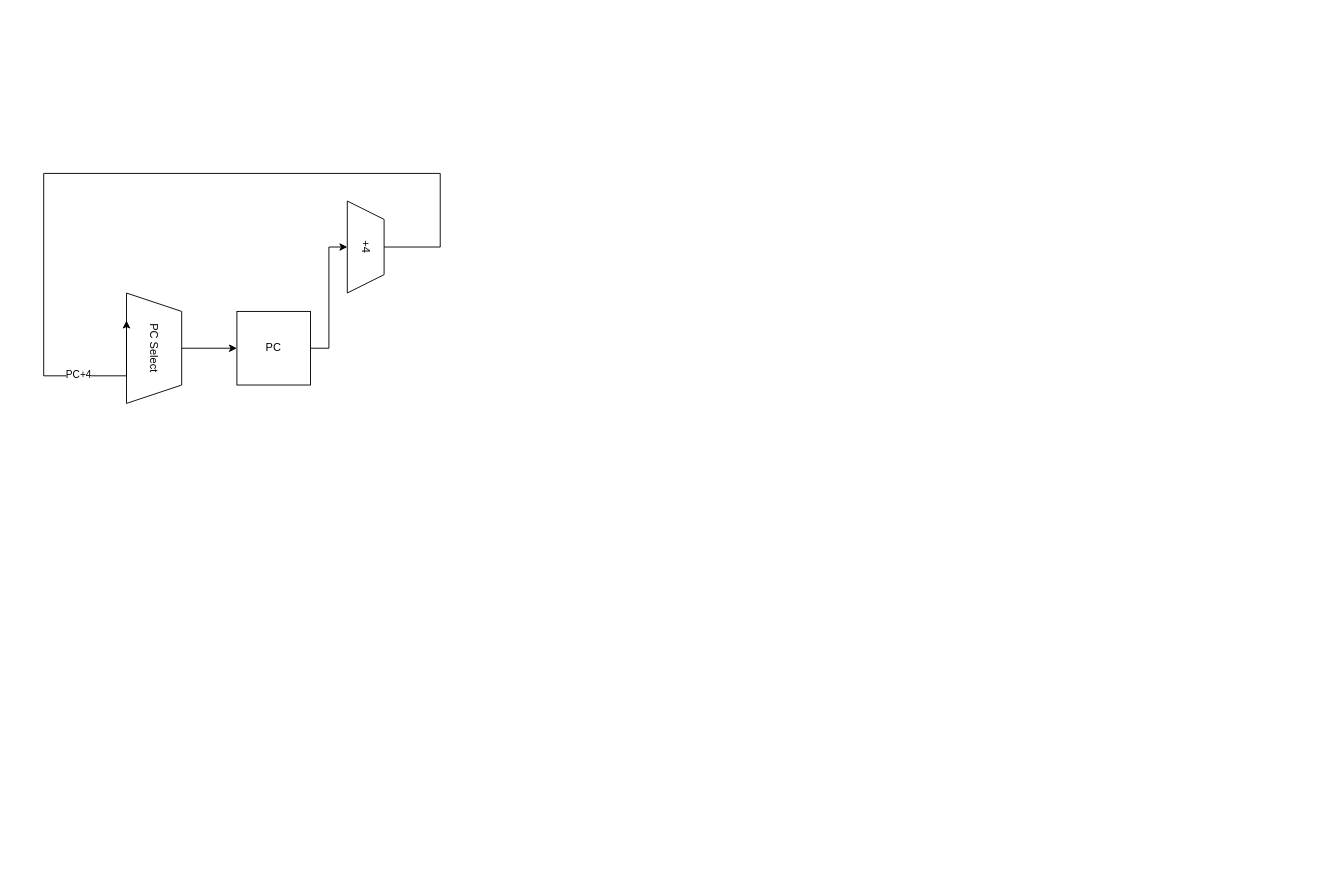
Above: Untitled Diagram.drawio in sprsr/rv32_pipeline (draw.io), before the change. Source tidied: cells renumbered, new cells numbered last; positions are measured from the earlier drawing's top-left corner, leaving out a move shared by most shapes. Both pictures are drawn from the tidied source at 92%, with x=0, y=0 at pixel (43, 173).
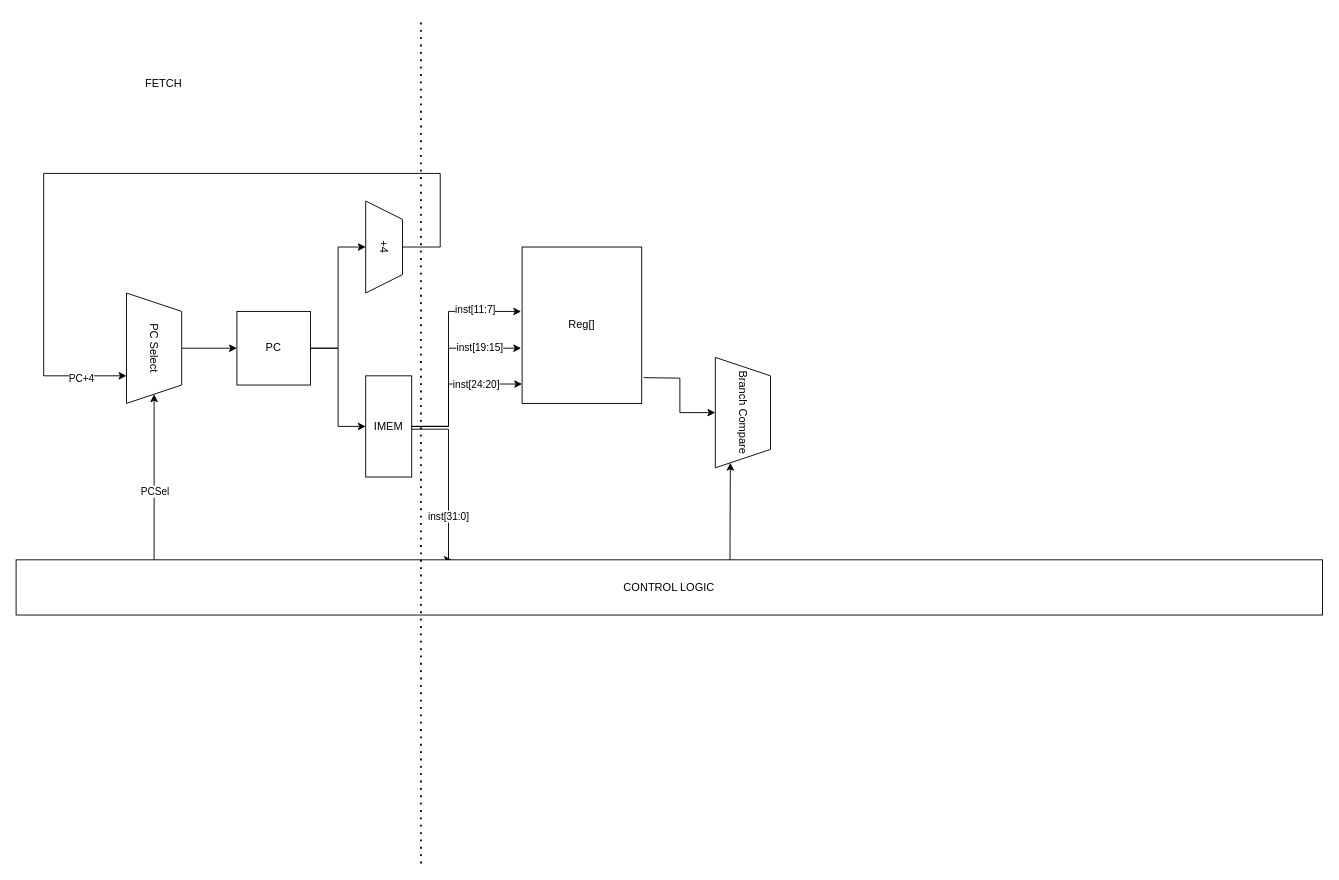
After the change.

The change refers to these unchanged cells:
```xml
<mxCell id="3" value="PC Select" style="shape=trapezoid;perimeter=trapezoidPerimeter;whiteSpace=wrap;html=1;fixedSize=1;rotation=90;" parent="1" vertex="1">
  <mxGeometry x="60" y="160" width="120" height="60" as="geometry" />
</mxCell>
<mxCell id="5" value="PC" style="whiteSpace=wrap;html=1;" parent="1" vertex="1">
  <mxGeometry x="210" y="150" width="80" height="80" as="geometry" />
</mxCell>
```

Diff of the diagram source:
```diff
@@
+    <mxCell id="9" style="edgeStyle=orthogonalEdgeStyle;rounded=0;jettySize=auto;html=1;entryX=0;entryY=0.5;entryDx=0;entryDy=0;" parent="1" edge="1" source="5" target="18">
+      <mxGeometry relative="1" as="geometry">
+        <Array as="points">
+          <mxPoint x="320" y="190" />
+          <mxPoint x="320" y="275" />
+        </Array>
+      </mxGeometry>
+    </mxCell>
@@
-    <mxCell id="6" style="edgeStyle=orthogonalEdgeStyle;rounded=0;jettySize=auto;html=1;entryX=0.25;entryY=1;entryDx=0;entryDy=0;" parent="1" edge="1" source="8" target="3">
+    <mxCell id="6" style="edgeStyle=orthogonalEdgeStyle;rounded=0;jettySize=auto;html=1;" parent="1" edge="1" source="8">
       <mxGeometry relative="1" as="geometry">
+        <mxPoint x="90" y="220" as="targetPoint" />
         <Array as="points">
           <mxPoint x="431" y="80" />
           <mxPoint x="431" />
           <mxPoint />
           <mxPoint y="220" />
           <mxPoint x="90" y="220" />
         </Array>
       </mxGeometry>
     </mxCell>
     <mxCell id="7" value="PC+4" style="edgeLabel;html=1;align=center;verticalAlign=middle;" parent="6" vertex="1">
-      <mxGeometry x="0.76" y="2" relative="1" as="geometry" />
+      <mxGeometry x="0.76" y="2" relative="1" as="geometry">
+        <mxPoint x="38" y="15" as="offset" />
+      </mxGeometry>
     </mxCell>
     <mxCell id="8" value="+4" style="shape=trapezoid;perimeter=trapezoidPerimeter;whiteSpace=wrap;html=1;fixedSize=1;rotation=90;" parent="1" vertex="1">
-      <mxGeometry x="300" y="60" width="100" height="40" as="geometry" />
+      <mxGeometry x="320" y="60" width="100" height="40" as="geometry" />
     </mxCell>
+    <mxCell id="10" style="edgeStyle=orthogonalEdgeStyle;rounded=0;jettySize=auto;html=1;entryX=-0.008;entryY=0.412;entryDx=0;entryDy=0;entryPerimeter=0;" parent="1" edge="1" source="18" target="20">
+      <mxGeometry relative="1" as="geometry">
+        <Array as="points">
+          <mxPoint x="440" y="275" />
+          <mxPoint x="440" y="150" />
+        </Array>
+      </mxGeometry>
+    </mxCell>
+    <mxCell id="11" value="inst[11:7]" style="edgeLabel;html=1;align=center;verticalAlign=middle;" parent="10" vertex="1">
+      <mxGeometry x="0.58" y="3" relative="1" as="geometry" />
+    </mxCell>
+    <mxCell id="12" style="edgeStyle=orthogonalEdgeStyle;rounded=0;jettySize=auto;html=1;entryX=0;entryY=0.876;entryDx=0;entryDy=0;entryPerimeter=0;" parent="1" edge="1" source="18" target="20">
+      <mxGeometry relative="1" as="geometry">
+        <Array as="points">
+          <mxPoint x="440" y="275" />
+          <mxPoint x="440" y="229" />
+        </Array>
+      </mxGeometry>
+    </mxCell>
+    <mxCell id="13" value="inst[24:20]" style="edgeLabel;html=1;align=center;verticalAlign=middle;" parent="12" vertex="1">
+      <mxGeometry x="0.28" relative="1" as="geometry">
+        <mxPoint x="10" y="1" as="offset" />
+      </mxGeometry>
+    </mxCell>
+    <mxCell id="14" style="edgeStyle=orthogonalEdgeStyle;rounded=0;jettySize=auto;html=1;entryX=-0.008;entryY=0.647;entryDx=0;entryDy=0;entryPerimeter=0;" parent="1" edge="1" source="18" target="20">
+      <mxGeometry relative="1" as="geometry">
+        <Array as="points">
+          <mxPoint x="440" y="275" />
+          <mxPoint x="440" y="190" />
+        </Array>
+      </mxGeometry>
+    </mxCell>
+    <mxCell id="15" value="inst[19:15]" style="edgeLabel;html=1;align=center;verticalAlign=middle;" parent="14" vertex="1">
+      <mxGeometry x="0.56" relative="1" as="geometry" />
+    </mxCell>
+    <mxCell id="16" style="edgeStyle=orthogonalEdgeStyle;rounded=0;orthogonalLoop=1;jettySize=auto;html=1;entryX=0.33;entryY=-0.033;entryDx=0;entryDy=0;entryPerimeter=0;exitX=1;exitY=0.5;exitDx=0;exitDy=0;" parent="1" edge="1">
+      <mxGeometry relative="1" as="geometry">
+        <mxPoint x="400" y="277" as="sourcePoint" />
+        <mxPoint x="443.6" y="420" as="targetPoint" />
+        <Array as="points">
+          <mxPoint x="400" y="278" />
+          <mxPoint x="440" y="278" />
+          <mxPoint x="440" y="420" />
+        </Array>
+      </mxGeometry>
+    </mxCell>
+    <mxCell id="17" value="inst[31:0]" style="edgeLabel;html=1;align=center;verticalAlign=middle;" parent="16" vertex="1">
+      <mxGeometry x="0.45" y="-1" relative="1" as="geometry" />
+    </mxCell>
+    <mxCell id="18" value="IMEM" style="rounded=0;whiteSpace=wrap;html=1;rotation=0;" parent="1" vertex="1">
+      <mxGeometry x="350" y="220" width="50" height="110" as="geometry" />
+    </mxCell>
+    <mxCell id="19" style="edgeStyle=orthogonalEdgeStyle;rounded=0;jettySize=auto;html=1;entryX=0.5;entryY=1;entryDx=0;entryDy=0;" parent="1" edge="1" target="21">
+      <mxGeometry relative="1" as="geometry">
+        <mxPoint x="652" y="222" as="sourcePoint" />
+      </mxGeometry>
+    </mxCell>
+    <mxCell id="20" value="Reg[]" style="rounded=0;whiteSpace=wrap;html=1;rotation=0;" parent="1" vertex="1">
+      <mxGeometry x="520" y="80" width="130" height="170" as="geometry" />
+    </mxCell>
+    <mxCell id="21" value="Branch Compare" style="shape=trapezoid;perimeter=trapezoidPerimeter;whiteSpace=wrap;html=1;fixedSize=1;rotation=90;" parent="1" vertex="1">
+      <mxGeometry x="700" y="230" width="120" height="60" as="geometry" />
+    </mxCell>
+    <mxCell id="22" style="edgeStyle=orthogonalEdgeStyle;rounded=0;jettySize=auto;html=1;entryX=1;entryY=0.5;entryDx=0;entryDy=0;" parent="1" edge="1" source="25" target="3">
+      <mxGeometry relative="1" as="geometry">
+        <Array as="points">
+          <mxPoint x="120" y="380" />
+          <mxPoint x="120" y="380" />
+        </Array>
+      </mxGeometry>
+    </mxCell>
+    <mxCell id="23" value="PCSel" style="edgeLabel;html=1;align=center;verticalAlign=middle;" parent="22" vertex="1">
+      <mxGeometry x="-0.17" relative="1" as="geometry" />
+    </mxCell>
+    <mxCell id="24" style="edgeStyle=orthogonalEdgeStyle;rounded=0;jettySize=auto;html=1;entryX=1;entryY=0.75;entryDx=0;entryDy=0;" parent="1" edge="1" source="25" target="21">
+      <mxGeometry relative="1" as="geometry">
+        <Array as="points">
+          <mxPoint x="746" y="400" />
+          <mxPoint x="746" y="400" />
+        </Array>
+      </mxGeometry>
+    </mxCell>
+    <mxCell id="25" value="CONTROL LOGIC" style="rounded=0;whiteSpace=wrap;html=1;" parent="1" vertex="1">
+      <mxGeometry x="-30" y="420" width="1420" height="60" as="geometry" />
+    </mxCell>
+    <mxCell id="26" style="endArrow=none;dashed=1;html=1;dashPattern=1 3;strokeWidth=2;rounded=0;" parent="1" edge="1">
+      <mxGeometry relative="1" as="geometry">
+        <mxPoint x="410" y="750" as="sourcePoint" />
+        <mxPoint x="410" y="-170" as="targetPoint" />
+      </mxGeometry>
+    </mxCell>
+    <mxCell id="27" value="FETCH" style="text;html=1;align=center;verticalAlign=middle;strokeColor=none;fillColor=none;" parent="1" vertex="1">
+      <mxGeometry x="100" y="-112" width="60" height="30" as="geometry" />
+    </mxCell>
```
